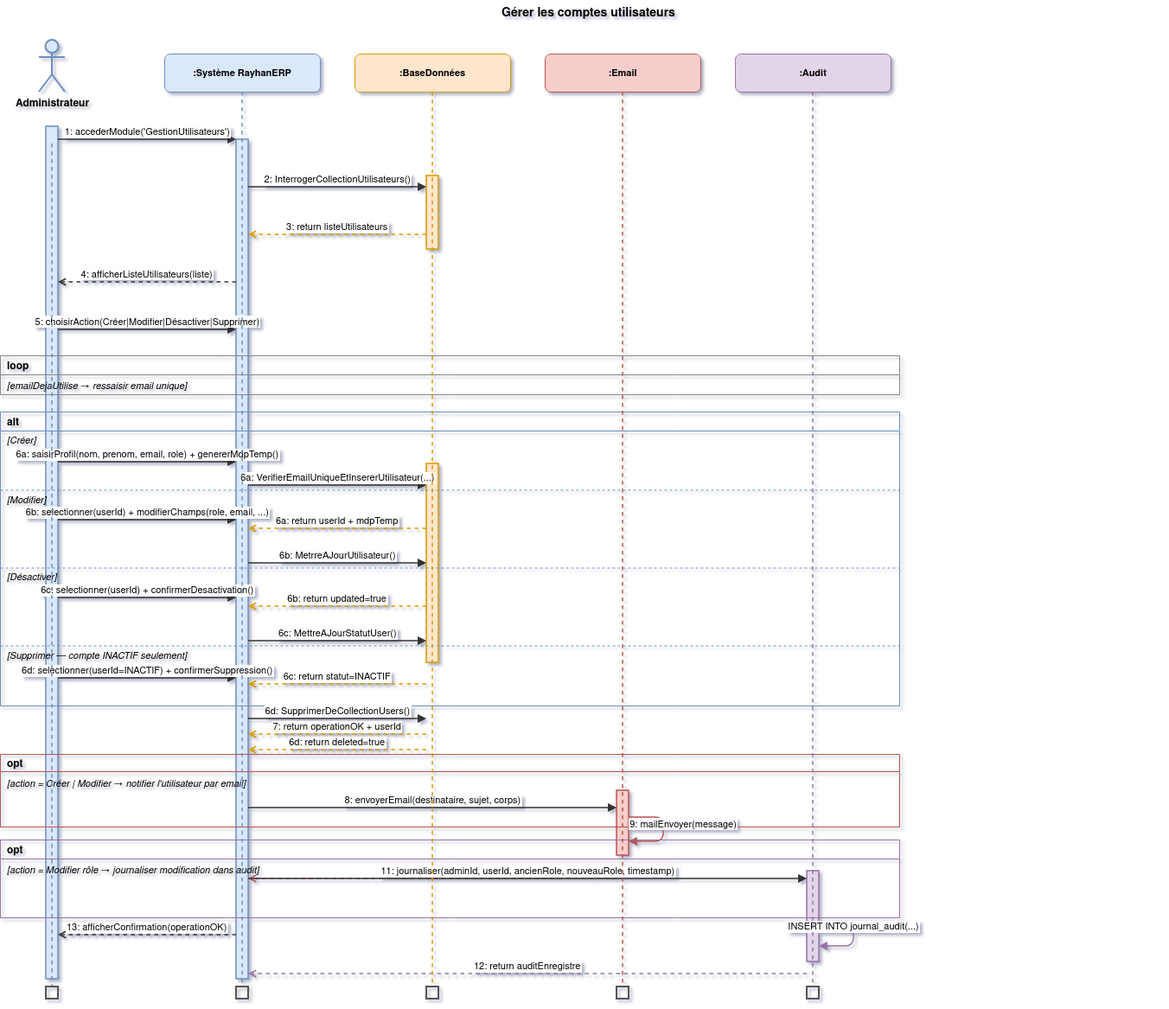
aliguennari/RayhanERPLatex keeps this draw.io diagram as images/seq_gererutilisateurs.png. Above is the earlier version. Source tidied: cells renumbered, new cells last; positions are measured from the earlier drawing's top-left corner, leaving out a move shared by most shapes.
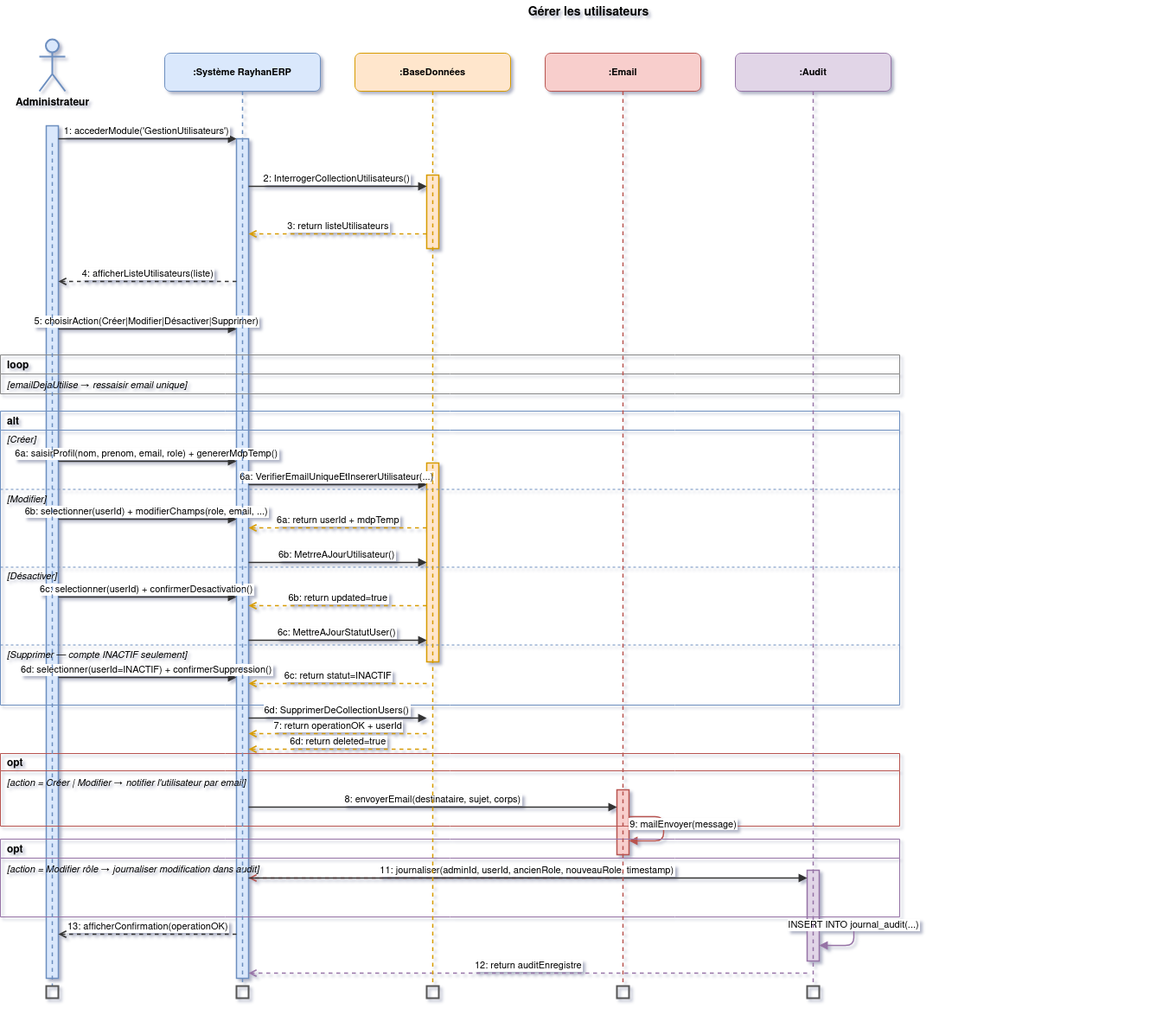
Above is the later version.

Change to the diagram source:
```diff
@@ -2,7 +2,7 @@
   <root>
     <mxCell id="0" />
     <mxCell id="1" parent="0" />
-    <mxCell id="2" value="Gérer les comptes utilisateurs" style="text;html=1;strokeColor=none;fillColor=none;align=center;fontSize=14;fontStyle=1;" parent="1" vertex="1">
+    <mxCell id="2" value="Gérer les utilisateurs" style="text;html=1;strokeColor=none;fillColor=none;align=center;fontSize=14;fontStyle=1;" parent="1" vertex="1">
       <mxGeometry x="20" width="1320" height="28" as="geometry" />
     </mxCell>
     <mxCell id="3" value=":Système RayhanERP" style="rounded=1;whiteSpace=wrap;html=1;fillColor=#dae8fc;strokeColor=#6c8ebf;fontSize=11;fontStyle=1;align=center;" parent="1" vertex="1">
```
